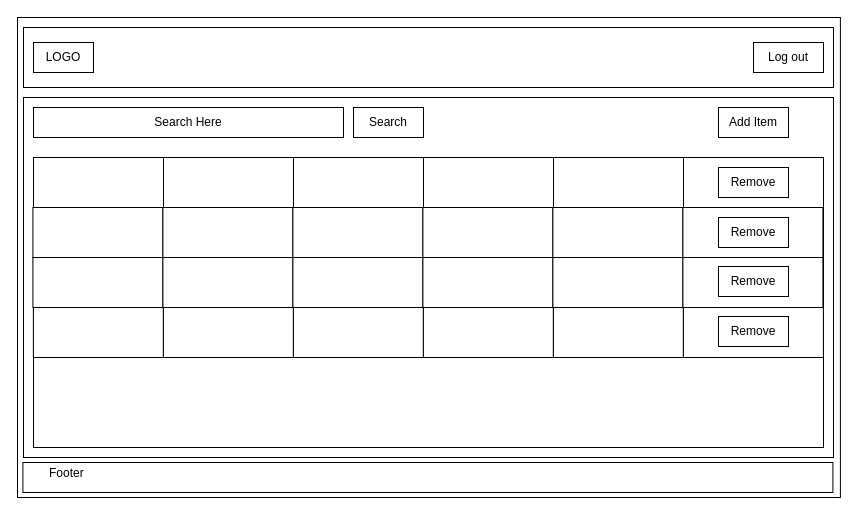
The draw.io diagram page "Admin Panel" (6 of 7) of lost-and-found/Design/Design.drawio in syeduroojkamal/minor-project, before the edit. Source tidied: cells renumbered, new cells numbered last; positions are measured from the earlier drawing's top-left corner, leaving out a move shared by most shapes. Both pictures are drawn from the tidied source at 100%, with x=0, y=0 at pixel (17, 17).
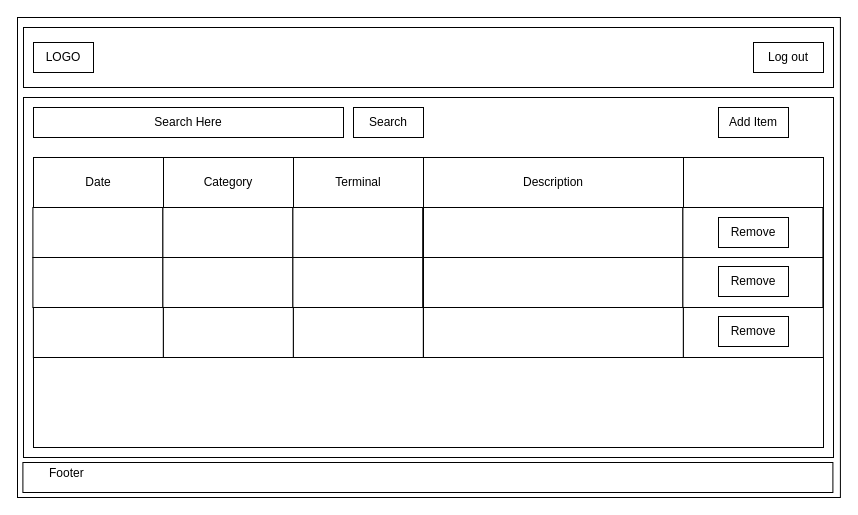
The same page after the edit.

Commit message:
Added design for Admin Panel

What changed in the source:
```diff
@@
-    <mxCell id="10" style="rounded=0;whiteSpace=wrap;html=1;" parent="1" vertex="1">
+    <mxCell id="10" value="&lt;span&gt;Date&lt;/span&gt;" style="rounded=0;whiteSpace=wrap;html=1;" parent="1" vertex="1">
       <mxGeometry x="16" y="140" width="130" height="50" as="geometry" />
     </mxCell>
-    <mxCell id="11" style="rounded=0;whiteSpace=wrap;html=1;" parent="1" vertex="1">
+    <mxCell id="11" value="&lt;span&gt;Category&lt;/span&gt;" style="rounded=0;whiteSpace=wrap;html=1;" parent="1" vertex="1">
       <mxGeometry x="146" y="140" width="130" height="50" as="geometry" />
     </mxCell>
-    <mxCell id="12" style="rounded=0;whiteSpace=wrap;html=1;" parent="1" vertex="1">
+    <mxCell id="12" value="Terminal" style="rounded=0;whiteSpace=wrap;html=1;" parent="1" vertex="1">
       <mxGeometry x="276" y="140" width="130" height="50" as="geometry" />
     </mxCell>
-    <mxCell id="13" style="rounded=0;whiteSpace=wrap;html=1;" parent="1" vertex="1">
-      <mxGeometry x="406" y="140" width="130" height="50" as="geometry" />
+    <mxCell id="13" value="Description" style="rounded=0;whiteSpace=wrap;html=1;" parent="1" vertex="1">
+      <mxGeometry x="406" y="140" width="260" height="50" as="geometry" />
     </mxCell>
-    <mxCell id="14" style="rounded=0;whiteSpace=wrap;html=1;" parent="1" vertex="1">
-      <mxGeometry x="536" y="140" width="130" height="50" as="geometry" />
-    </mxCell>
@@
     <mxCell id="20" style="rounded=0;whiteSpace=wrap;html=1;" parent="1" vertex="1">
-      <mxGeometry x="535.4" y="190" width="130" height="50" as="geometry" />
+      <mxGeometry x="406" y="190" width="259.4" height="50" as="geometry" />
     </mxCell>
@@
     <mxCell id="26" style="rounded=0;whiteSpace=wrap;html=1;" parent="1" vertex="1">
-      <mxGeometry x="535.4" y="240" width="130" height="50" as="geometry" />
+      <mxGeometry x="406" y="240" width="259.4" height="50" as="geometry" />
     </mxCell>
@@
     <mxCell id="32" style="rounded=0;whiteSpace=wrap;html=1;" parent="1" vertex="1">
-      <mxGeometry x="535.9" y="290" width="130" height="50" as="geometry" />
+      <mxGeometry x="406" y="290" width="259.9" height="50" as="geometry" />
     </mxCell>
@@
-    <mxCell id="34" value="Remove" style="rounded=0;whiteSpace=wrap;html=1;" parent="1" vertex="1">
-      <mxGeometry x="701" y="150" width="70" height="30" as="geometry" />
-    </mxCell>
```
